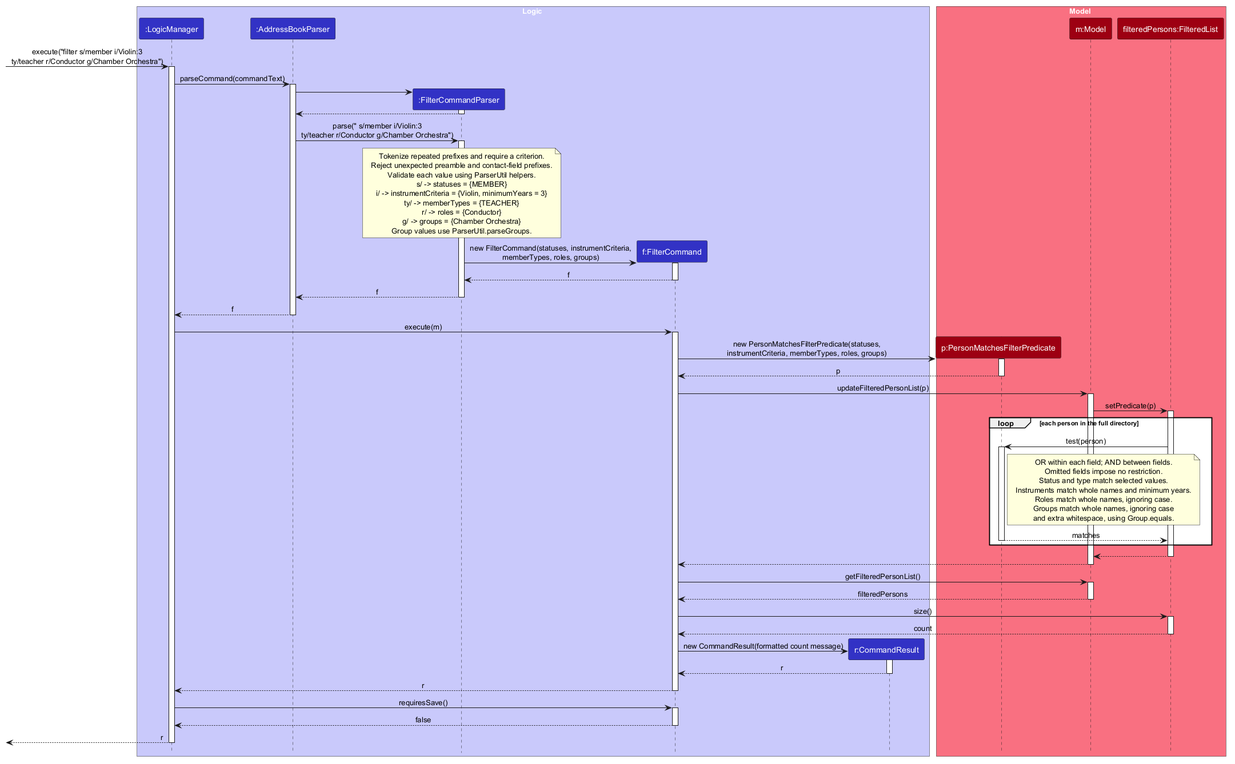
The PlantUML diagram docs/images/FilterSequenceDiagram.png in AY2627S1-CS2103T-T10-3/tp, before a commit. The source it was exported from:
```plantuml
@startuml
!include style.puml
skinparam ArrowFontStyle plain

box Logic LOGIC_COLOR_T1
participant ":LogicManager" as LogicManager LOGIC_COLOR
participant ":AddressBookParser" as AddressBookParser LOGIC_COLOR
participant ":FilterCommandParser" as FilterCommandParser LOGIC_COLOR
participant "f:FilterCommand" as FilterCommand LOGIC_COLOR
participant "r:CommandResult" as CommandResult LOGIC_COLOR
end box

box Model MODEL_COLOR_T1
participant "p:PersonMatchesFilterPredicate" as Predicate MODEL_COLOR
participant "m:Model" as Model MODEL_COLOR
participant "filteredPersons:FilteredList" as FilteredList MODEL_COLOR
end box

[-> LogicManager : execute("filter s/member i/Violin:3\nty/teacher r/Conductor g/Chamber Orchestra")
activate LogicManager
LogicManager -> AddressBookParser : parseCommand(commandText)
activate AddressBookParser

create FilterCommandParser
AddressBookParser -> FilterCommandParser
activate FilterCommandParser
FilterCommandParser --> AddressBookParser
deactivate FilterCommandParser

AddressBookParser -> FilterCommandParser : parse(" s/member i/Violin:3\nty/teacher r/Conductor g/Chamber Orchestra")
activate FilterCommandParser
note over FilterCommandParser
Tokenize repeated prefixes and require a criterion.
Reject unexpected preamble and contact-field prefixes.
Validate each value using ParserUtil helpers.
s/ -> statuses = {MEMBER}
i/ -> instrumentCriteria = {Violin, minimumYears = 3}
ty/ -> memberTypes = {TEACHER}
r/ -> roles = {Conductor}
g/ -> groups = {Chamber Orchestra}
Group values use ParserUtil.parseGroups.
end note

create FilterCommand
FilterCommandParser -> FilterCommand : new FilterCommand(statuses, instrumentCriteria,\nmemberTypes, roles, groups)
activate FilterCommand
FilterCommand --> FilterCommandParser : f
deactivate FilterCommand
FilterCommandParser --> AddressBookParser : f
deactivate FilterCommandParser
AddressBookParser --> LogicManager : f
deactivate AddressBookParser

LogicManager -> FilterCommand : execute(m)
activate FilterCommand

create Predicate
FilterCommand -> Predicate : new PersonMatchesFilterPredicate(statuses,\ninstrumentCriteria, memberTypes, roles, groups)
activate Predicate
Predicate --> FilterCommand : p
deactivate Predicate

FilterCommand -> Model : updateFilteredPersonList(p)
activate Model
Model -> FilteredList : setPredicate(p)
activate FilteredList
loop each person in the full directory
    FilteredList -> Predicate : test(person)
    activate Predicate
    note right of Predicate
    OR within each field; AND between fields.
    Omitted fields impose no restriction.
    Status and type match selected values.
    Instruments match whole names and minimum years.
    Roles match whole names, ignoring case.
    Groups match whole names, ignoring case
    and extra whitespace, using Group.equals.
    end note
    Predicate --> FilteredList : matches
    deactivate Predicate
end
FilteredList --> Model
deactivate FilteredList
Model --> FilterCommand
deactivate Model

FilterCommand -> Model : getFilteredPersonList()
activate Model
Model --> FilterCommand : filteredPersons
deactivate Model
FilterCommand -> FilteredList : size()
activate FilteredList
FilteredList --> FilterCommand : count
deactivate FilteredList

create CommandResult
FilterCommand -> CommandResult : new CommandResult(formatted count message)
activate CommandResult
CommandResult --> FilterCommand : r
deactivate CommandResult
FilterCommand --> LogicManager : r
deactivate FilterCommand
LogicManager -> FilterCommand : requiresSave()
activate FilterCommand
FilterCommand --> LogicManager : false
deactivate FilterCommand
[<-- LogicManager : r
deactivate LogicManager
@enduml
```
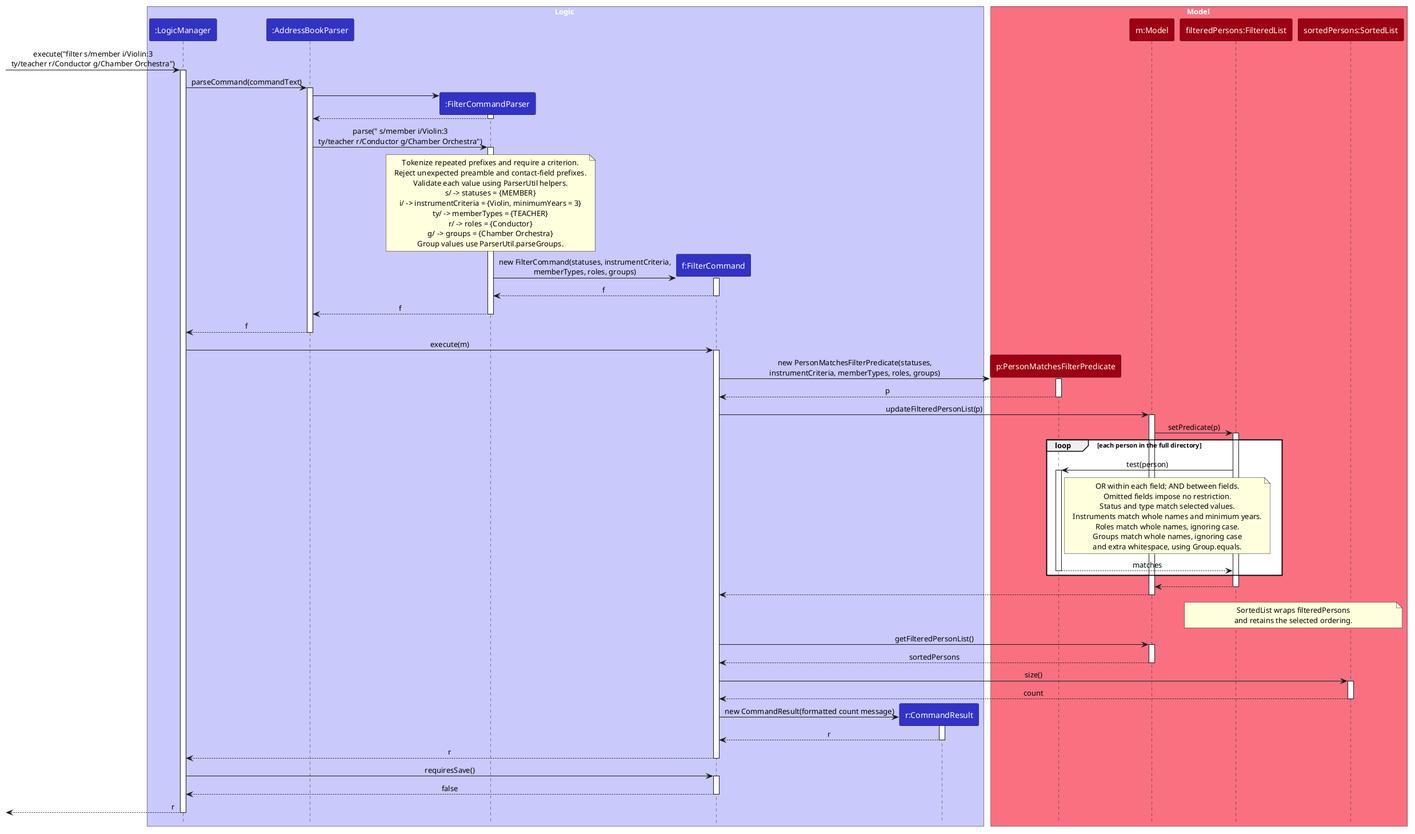
The same diagram one commit later.

Commit message:
Correct displayed list types in DG diagrams

Diff of the diagram source:
```diff
@@ -14,6 +14,7 @@
 participant "p:PersonMatchesFilterPredicate" as Predicate MODEL_COLOR
 participant "m:Model" as Model MODEL_COLOR
 participant "filteredPersons:FilteredList" as FilteredList MODEL_COLOR
+participant "sortedPersons:SortedList" as SortedList MODEL_COLOR
 end box
 
 [-> LogicManager : execute("filter s/member i/Violin:3\nty/teacher r/Conductor g/Chamber Orchestra")
@@ -84,14 +85,19 @@
 Model --> FilterCommand
 deactivate Model
 
+note over FilteredList, SortedList
+SortedList wraps filteredPersons
+and retains the selected ordering.
+end note
+
 FilterCommand -> Model : getFilteredPersonList()
 activate Model
-Model --> FilterCommand : filteredPersons
+Model --> FilterCommand : sortedPersons
 deactivate Model
-FilterCommand -> FilteredList : size()
-activate FilteredList
-FilteredList --> FilterCommand : count
-deactivate FilteredList
+FilterCommand -> SortedList : size()
+activate SortedList
+SortedList --> FilterCommand : count
+deactivate SortedList
 
 create CommandResult
 FilterCommand -> CommandResult : new CommandResult(formatted count message)
```
